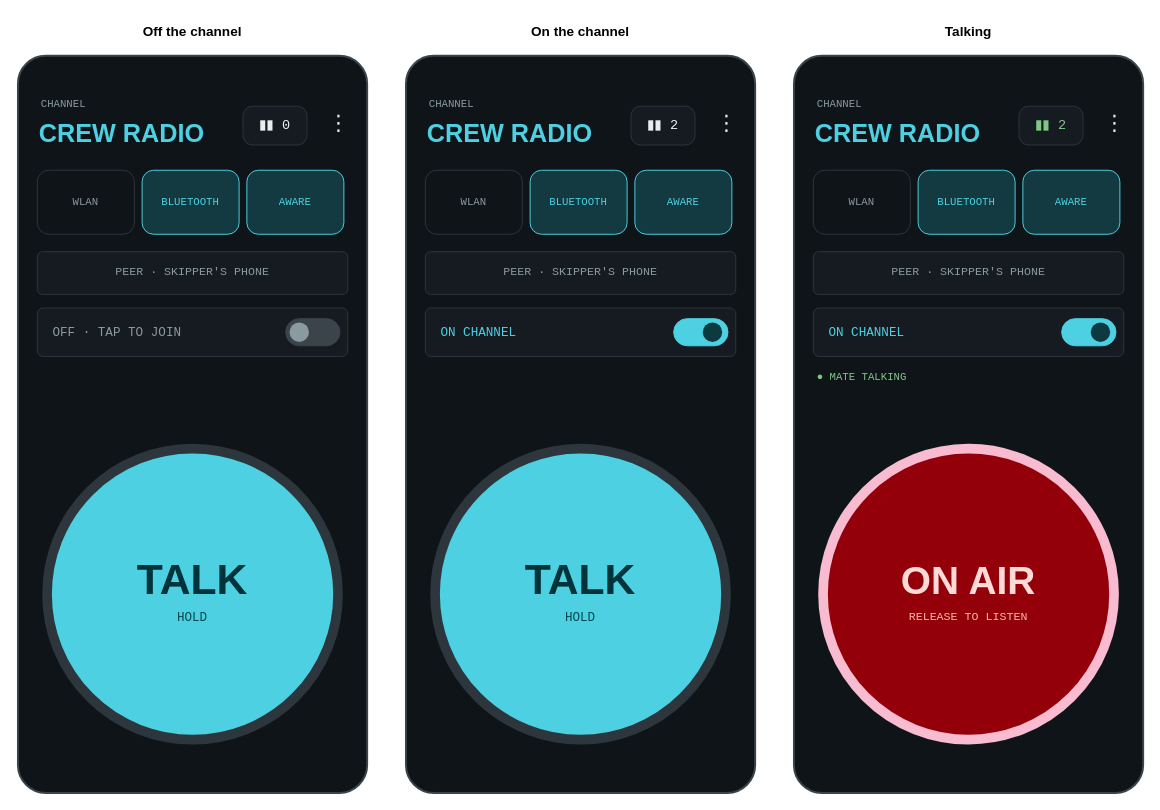
KEGustafsson/android-push-to-talk keeps this draw.io diagram as docs/diagrams/screens.drawio. Above is the earlier version. Source tidied: cells renumbered, new cells numbered last; positions are measured from the earlier drawing's top-left corner, leaving out a move shared by most shapes. Both pictures are drawn from the tidied source at 97%, with x=0, y=0 at pixel (17, 16).
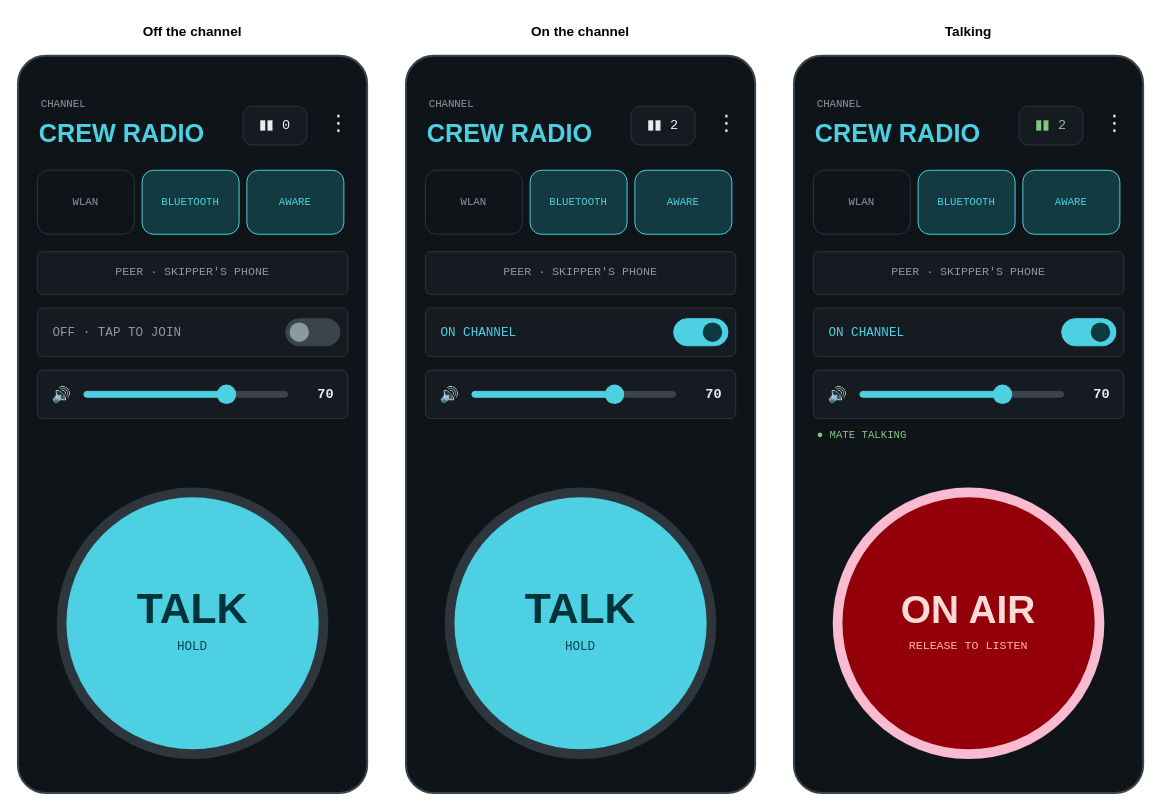
The same diagram, later.

Diff of the diagram source:
```diff
@@
+    <mxCell id="54" style="rounded=1;arcSize=12;whiteSpace=wrap;html=1;fillColor=#151B20;strokeColor=#2C363C;strokeWidth=1;fontSize=12;fontColor=#E6EEF0;fontFamily=Courier New;" parent="1" vertex="1">
+      <mxGeometry x="20" y="364" width="320" height="50" as="geometry" />
+    </mxCell>
+    <mxCell id="55" value="🔊" style="text;html=1;whiteSpace=wrap;align=center;verticalAlign=middle;fontSize=16;fontColor=#E6EEF0;fontFamily=Helvetica;spacing=0;" parent="1" vertex="1">
+      <mxGeometry x="30" y="374" width="30" height="30" as="geometry" />
+    </mxCell>
+    <mxCell id="56" style="rounded=1;arcSize=50;whiteSpace=wrap;html=1;fillColor=#3A444A;strokeColor=#3A444A;strokeWidth=1;fontSize=12;fontColor=#E6EEF0;fontFamily=Courier New;" parent="1" vertex="1">
+      <mxGeometry x="68" y="386" width="210" height="6" as="geometry" />
+    </mxCell>
+    <mxCell id="57" style="rounded=1;arcSize=50;whiteSpace=wrap;html=1;fillColor=#4DD0E1;strokeColor=#4DD0E1;strokeWidth=1;fontSize=12;fontColor=#E6EEF0;fontFamily=Courier New;" parent="1" vertex="1">
+      <mxGeometry x="68" y="386" width="147" height="6" as="geometry" />
+    </mxCell>
+    <mxCell id="58" style="ellipse;whiteSpace=wrap;html=1;fillColor=#4DD0E1;strokeColor=none;" parent="1" vertex="1">
+      <mxGeometry x="205" y="379" width="20" height="20" as="geometry" />
+    </mxCell>
+    <mxCell id="59" value="70" style="text;html=1;whiteSpace=wrap;align=right;verticalAlign=middle;fontSize=14;fontColor=#E6EEF0;fontFamily=Courier New;fontStyle=1;spacing=0;" parent="1" vertex="1">
+      <mxGeometry x="286" y="376" width="40" height="26" as="geometry" />
+    </mxCell>
     <mxCell id="16" style="ellipse;whiteSpace=wrap;html=1;fillColor=#4DD0E1;strokeColor=#2C363C;strokeWidth=10;" parent="1" vertex="1">
-      <mxGeometry x="30" y="445" width="300" height="300" as="geometry" />
+      <mxGeometry x="45" y="490" width="270" height="270" as="geometry" />
     </mxCell>
     <mxCell id="17" value="TALK" style="text;html=1;whiteSpace=wrap;align=center;verticalAlign=middle;fontSize=44;fontColor=#00343A;fontFamily=Helvetica;fontStyle=1;spacing=0;" parent="1" vertex="1">
-      <mxGeometry x="30" y="555" width="300" height="50" as="geometry" />
+      <mxGeometry x="45" y="585" width="270" height="50" as="geometry" />
     </mxCell>
     <mxCell id="18" value="HOLD" style="text;html=1;whiteSpace=wrap;align=center;verticalAlign=middle;fontSize=13;fontColor=#00494F;fontFamily=Courier New;spacing=0;" parent="1" vertex="1">
-      <mxGeometry x="30" y="607" width="300" height="24" as="geometry" />
+      <mxGeometry x="45" y="637" width="270" height="24" as="geometry" />
     </mxCell>
@@
+    <mxCell id="60" style="rounded=1;arcSize=12;whiteSpace=wrap;html=1;fillColor=#151B20;strokeColor=#2C363C;strokeWidth=1;fontSize=12;fontColor=#E6EEF0;fontFamily=Courier New;" parent="1" vertex="1">
+      <mxGeometry x="420" y="364" width="320" height="50" as="geometry" />
+    </mxCell>
+    <mxCell id="61" value="🔊" style="text;html=1;whiteSpace=wrap;align=center;verticalAlign=middle;fontSize=16;fontColor=#E6EEF0;fontFamily=Helvetica;spacing=0;" parent="1" vertex="1">
+      <mxGeometry x="430" y="374" width="30" height="30" as="geometry" />
+    </mxCell>
+    <mxCell id="62" style="rounded=1;arcSize=50;whiteSpace=wrap;html=1;fillColor=#3A444A;strokeColor=#3A444A;strokeWidth=1;fontSize=12;fontColor=#E6EEF0;fontFamily=Courier New;" parent="1" vertex="1">
+      <mxGeometry x="468" y="386" width="210" height="6" as="geometry" />
+    </mxCell>
+    <mxCell id="63" style="rounded=1;arcSize=50;whiteSpace=wrap;html=1;fillColor=#4DD0E1;strokeColor=#4DD0E1;strokeWidth=1;fontSize=12;fontColor=#E6EEF0;fontFamily=Courier New;" parent="1" vertex="1">
+      <mxGeometry x="468" y="386" width="147" height="6" as="geometry" />
+    </mxCell>
+    <mxCell id="64" style="ellipse;whiteSpace=wrap;html=1;fillColor=#4DD0E1;strokeColor=none;" parent="1" vertex="1">
+      <mxGeometry x="605" y="379" width="20" height="20" as="geometry" />
+    </mxCell>
+    <mxCell id="65" value="70" style="text;html=1;whiteSpace=wrap;align=right;verticalAlign=middle;fontSize=14;fontColor=#E6EEF0;fontFamily=Courier New;fontStyle=1;spacing=0;" parent="1" vertex="1">
+      <mxGeometry x="686" y="376" width="40" height="26" as="geometry" />
+    </mxCell>
     <mxCell id="33" style="ellipse;whiteSpace=wrap;html=1;fillColor=#4DD0E1;strokeColor=#2C363C;strokeWidth=10;" parent="1" vertex="1">
-      <mxGeometry x="430" y="445" width="300" height="300" as="geometry" />
+      <mxGeometry x="445" y="490" width="270" height="270" as="geometry" />
     </mxCell>
     <mxCell id="34" value="TALK" style="text;html=1;whiteSpace=wrap;align=center;verticalAlign=middle;fontSize=44;fontColor=#00343A;fontFamily=Helvetica;fontStyle=1;spacing=0;" parent="1" vertex="1">
-      <mxGeometry x="430" y="555" width="300" height="50" as="geometry" />
+      <mxGeometry x="445" y="585" width="270" height="50" as="geometry" />
     </mxCell>
     <mxCell id="35" value="HOLD" style="text;html=1;whiteSpace=wrap;align=center;verticalAlign=middle;fontSize=13;fontColor=#00494F;fontFamily=Courier New;spacing=0;" parent="1" vertex="1">
-      <mxGeometry x="430" y="607" width="300" height="24" as="geometry" />
+      <mxGeometry x="445" y="637" width="270" height="24" as="geometry" />
     </mxCell>
@@
+    <mxCell id="66" style="rounded=1;arcSize=12;whiteSpace=wrap;html=1;fillColor=#151B20;strokeColor=#2C363C;strokeWidth=1;fontSize=12;fontColor=#E6EEF0;fontFamily=Courier New;" parent="1" vertex="1">
+      <mxGeometry x="820" y="364" width="320" height="50" as="geometry" />
+    </mxCell>
+    <mxCell id="67" value="🔊" style="text;html=1;whiteSpace=wrap;align=center;verticalAlign=middle;fontSize=16;fontColor=#E6EEF0;fontFamily=Helvetica;spacing=0;" parent="1" vertex="1">
+      <mxGeometry x="830" y="374" width="30" height="30" as="geometry" />
+    </mxCell>
+    <mxCell id="68" style="rounded=1;arcSize=50;whiteSpace=wrap;html=1;fillColor=#3A444A;strokeColor=#3A444A;strokeWidth=1;fontSize=12;fontColor=#E6EEF0;fontFamily=Courier New;" parent="1" vertex="1">
+      <mxGeometry x="868" y="386" width="210" height="6" as="geometry" />
+    </mxCell>
+    <mxCell id="69" style="rounded=1;arcSize=50;whiteSpace=wrap;html=1;fillColor=#4DD0E1;strokeColor=#4DD0E1;strokeWidth=1;fontSize=12;fontColor=#E6EEF0;fontFamily=Courier New;" parent="1" vertex="1">
+      <mxGeometry x="868" y="386" width="147" height="6" as="geometry" />
+    </mxCell>
+    <mxCell id="70" style="ellipse;whiteSpace=wrap;html=1;fillColor=#4DD0E1;strokeColor=none;" parent="1" vertex="1">
+      <mxGeometry x="1005" y="379" width="20" height="20" as="geometry" />
+    </mxCell>
+    <mxCell id="71" value="70" style="text;html=1;whiteSpace=wrap;align=right;verticalAlign=middle;fontSize=14;fontColor=#E6EEF0;fontFamily=Courier New;fontStyle=1;spacing=0;" parent="1" vertex="1">
+      <mxGeometry x="1086" y="376" width="40" height="26" as="geometry" />
+    </mxCell>
     <mxCell id="50" value="● MATE TALKING" style="text;html=1;whiteSpace=wrap;align=left;verticalAlign=middle;fontSize=11;fontColor=#81C784;fontFamily=Courier New;spacing=0;" parent="1" vertex="1">
-      <mxGeometry x="824" y="362" width="300" height="20" as="geometry" />
+      <mxGeometry x="824" y="422" width="300" height="20" as="geometry" />
     </mxCell>
     <mxCell id="51" style="ellipse;whiteSpace=wrap;html=1;fillColor=#93000A;strokeColor=#F8BBD0;strokeWidth=10;" parent="1" vertex="1">
-      <mxGeometry x="830" y="445" width="300" height="300" as="geometry" />
+      <mxGeometry x="845" y="490" width="270" height="270" as="geometry" />
     </mxCell>
     <mxCell id="52" value="ON AIR" style="text;html=1;whiteSpace=wrap;align=center;verticalAlign=middle;fontSize=40;fontColor=#FFDAD6;fontFamily=Helvetica;fontStyle=1;spacing=0;" parent="1" vertex="1">
-      <mxGeometry x="830" y="555" width="300" height="50" as="geometry" />
+      <mxGeometry x="845" y="585" width="270" height="50" as="geometry" />
     </mxCell>
     <mxCell id="53" value="RELEASE TO LISTEN" style="text;html=1;whiteSpace=wrap;align=center;verticalAlign=middle;fontSize=12;fontColor=#FFB4AB;fontFamily=Courier New;spacing=0;" parent="1" vertex="1">
-      <mxGeometry x="830" y="607" width="300" height="24" as="geometry" />
+      <mxGeometry x="845" y="637" width="270" height="24" as="geometry" />
     </mxCell>
```
